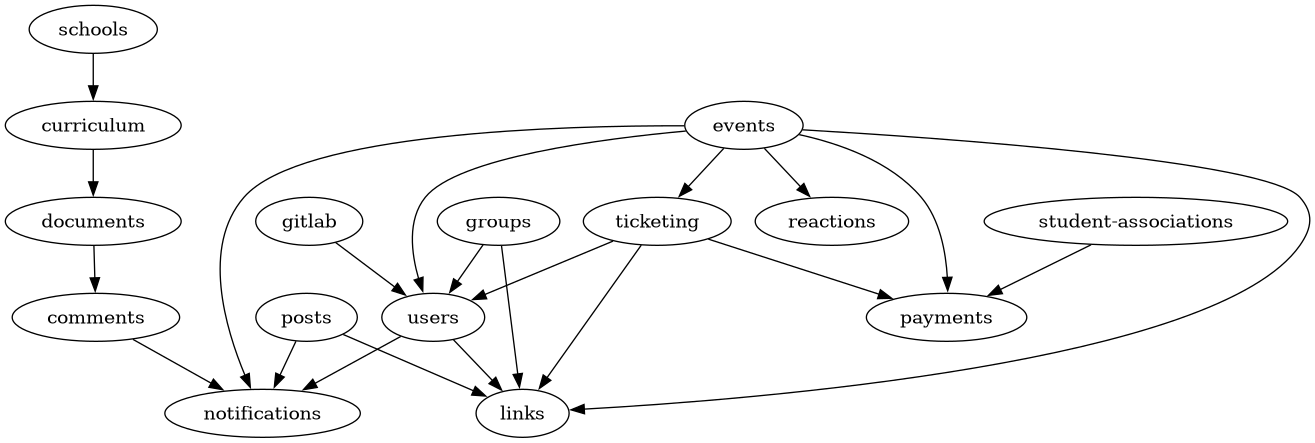
Above: packages/api/scripts/modules-import-graph.png in inp-net/churros (Graphviz), before the change. Its source is kept beside it as packages/api/scripts/modules-import-graph.dot.
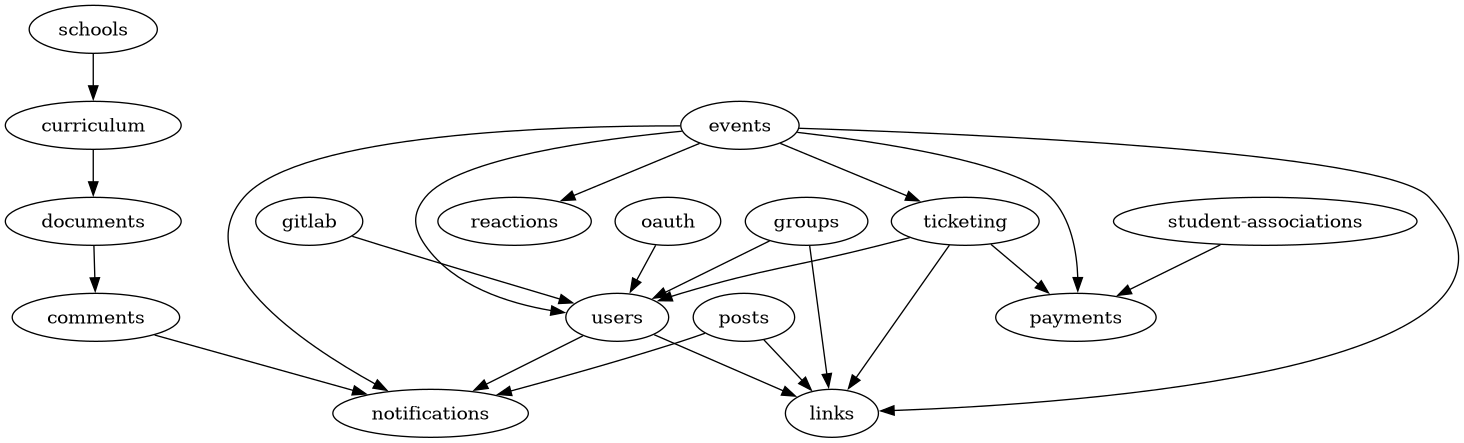
Later version of the same file.

The edit, as a diff of the source:
```diff
@@ -11,6 +11,7 @@
     "gitlab" -> "users";
     "groups" -> "links";
     "groups" -> "users";
+    "oauth" -> "users";
     "posts" -> "notifications";
     "posts" -> "links";
     "schools" -> "curriculum";
```
